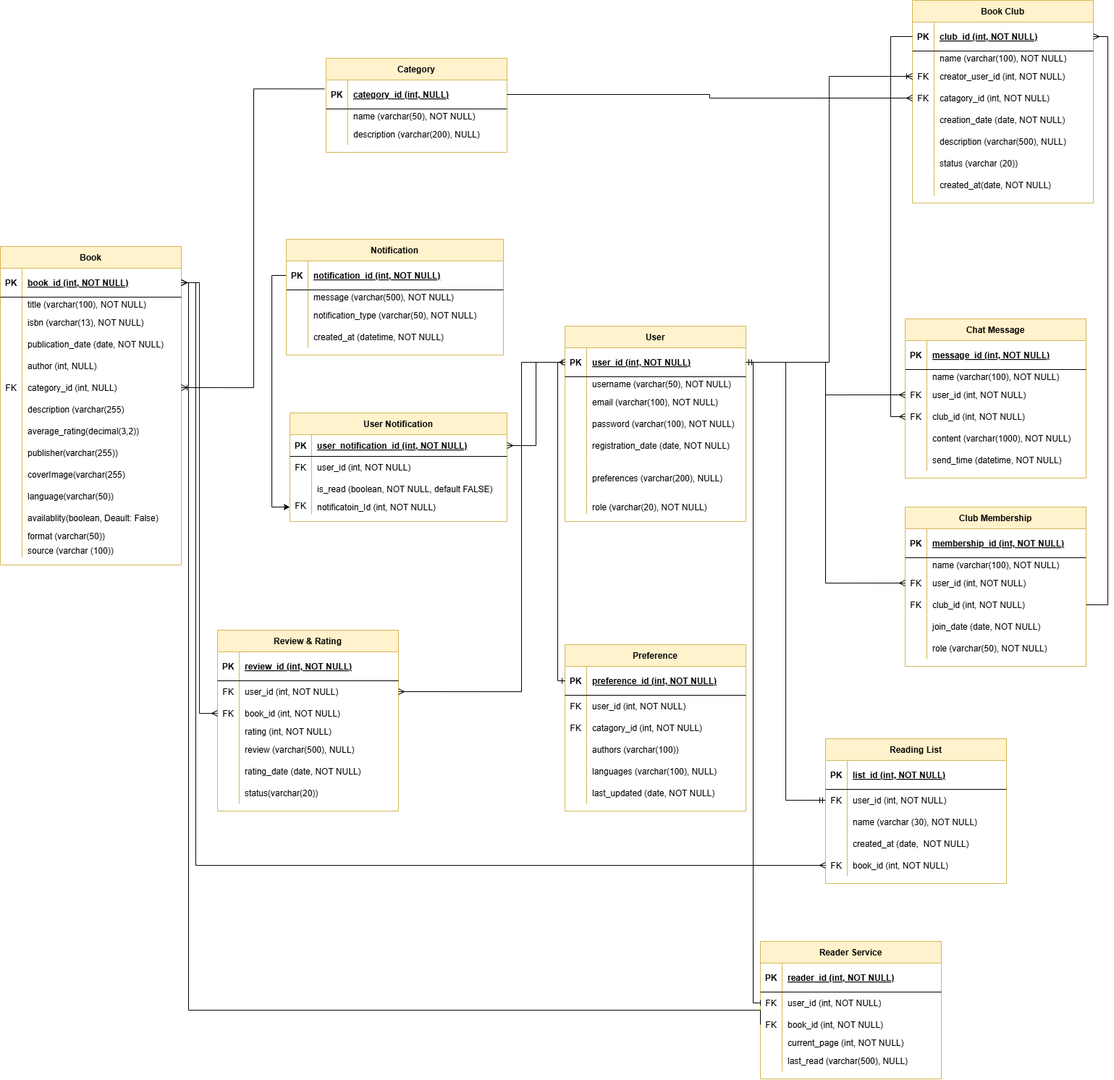
Above: New folder/Untitled Diagram.drawio.png in Kkgenkai/Draw.io (draw.io), before the change. Source tidied: cells renumbered, new cells last; positions are measured from the earlier drawing's top-left corner, leaving out a move shared by most shapes.
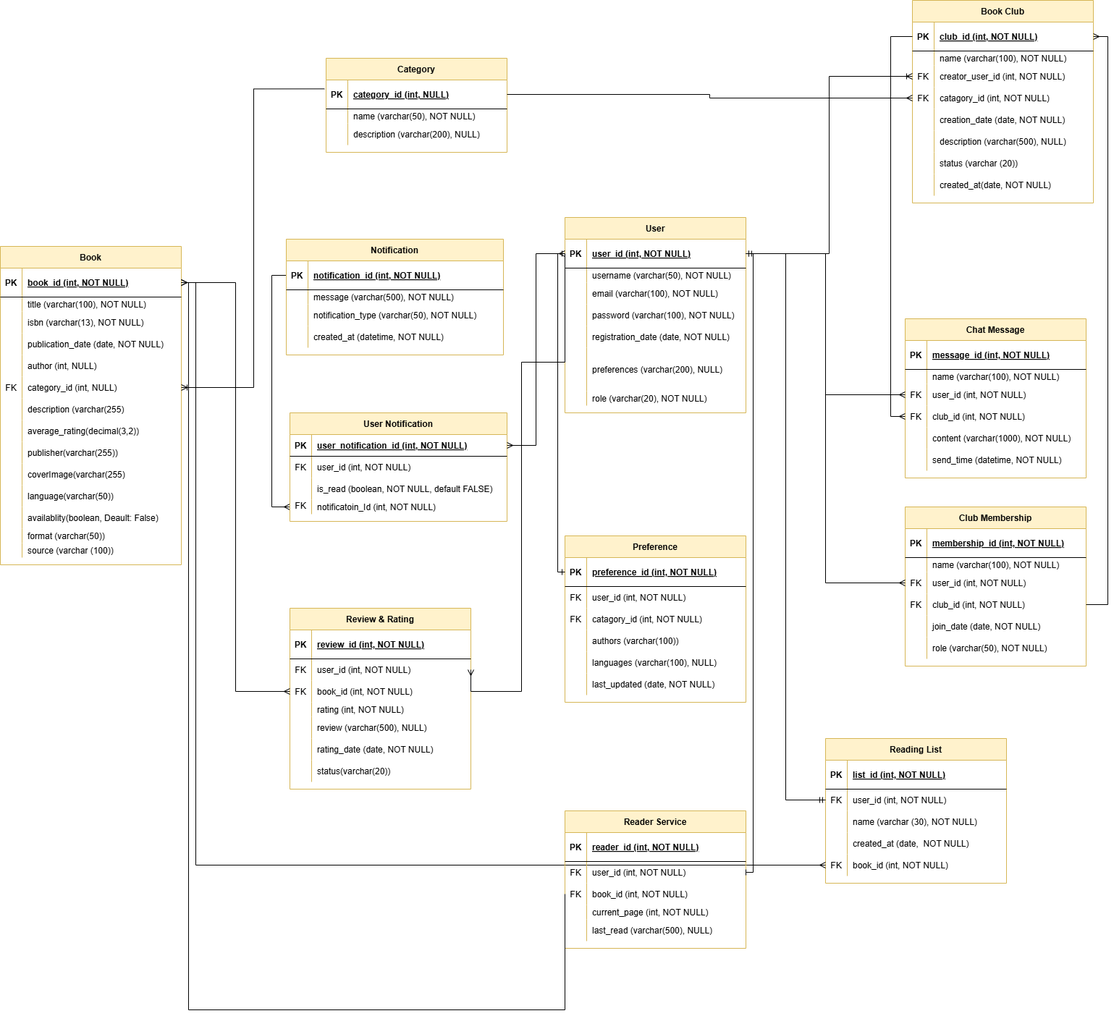
The same file after the commit.

What changed in the source:
```diff
@@ -3,7 +3,7 @@
     <mxCell id="0" />
     <mxCell id="1" parent="0" />
     <mxCell id="2" value="User" style="shape=table;startSize=30;rowLines=0;fontStyle=1;align=center;fillColor=#fff2cc;strokeColor=#d6b656;" parent="1" vertex="1">
-      <mxGeometry x="780" y="450" width="250" height="270" as="geometry" />
+      <mxGeometry x="780" y="300" width="250" height="270" as="geometry" />
     </mxCell>
     <mxCell id="3" style="shape=partialRectangle;fillColor=none;points=[[0,0.5],[1,0.5]];portConstraint=eastwest;top=0;left=0;right=0;bottom=1;" parent="2" vertex="1">
       <mxGeometry y="30" width="250" height="40" as="geometry" />
@@ -228,7 +228,7 @@
       <mxGeometry x="30" width="220" height="30" as="geometry" />
     </mxCell>
     <mxCell id="77" value="Review &amp; Rating" style="shape=table;startSize=30;rowLines=0;fontStyle=1;align=center;fillColor=#fff2cc;strokeColor=#d6b656;" parent="1" vertex="1">
-      <mxGeometry x="300" y="870" width="250" height="250" as="geometry" />
+      <mxGeometry x="400" y="840" width="250" height="250" as="geometry" />
     </mxCell>
     <mxCell id="78" style="shape=partialRectangle;fillColor=none;top=0;left=0;right=0;bottom=1;" parent="77" vertex="1">
       <mxGeometry y="30" width="250" height="40" as="geometry" />
@@ -496,7 +496,7 @@
     <mxCell id="164" value="send_time (datetime, NOT NULL)" style="shape=partialRectangle;overflow=hidden;fillColor=none;top=0;left=0;bottom=0;right=0;align=left;spacingLeft=6;" parent="162" vertex="1">
       <mxGeometry x="30" width="220" height="30" as="geometry" />
     </mxCell>
-    <mxCell id="165" style="edgeStyle=orthogonalEdgeStyle;rounded=0;jettySize=auto;html=1;entryX=0;entryY=0.5;entryDx=0;entryDy=0;exitX=0;exitY=0.5;exitDx=0;exitDy=0;" parent="1" edge="1" source="167" target="233">
+    <mxCell id="165" style="edgeStyle=orthogonalEdgeStyle;rounded=0;jettySize=auto;html=1;entryX=0;entryY=0.5;entryDx=0;entryDy=0;exitX=0;exitY=0.5;exitDx=0;exitDy=0;endArrow=ERmany;endFill=0;" parent="1" edge="1" source="167" target="233">
       <mxGeometry relative="1" as="geometry" />
     </mxCell>
     <mxCell id="166" value="Notification" style="shape=table;startSize=30;rowLines=0;fontStyle=1;align=center;fillColor=#fff2cc;strokeColor=#d6b656;" parent="1" vertex="1">
@@ -605,7 +605,7 @@
       <mxGeometry x="30" width="220" height="30" as="geometry" />
     </mxCell>
     <mxCell id="201" value="Preference" style="shape=table;startSize=30;rowLines=0;fontStyle=1;align=center;fillColor=#fff2cc;strokeColor=#d6b656;" parent="1" vertex="1">
-      <mxGeometry x="780" y="890" width="250" height="230" as="geometry" />
+      <mxGeometry x="780" y="740" width="250" height="230" as="geometry" />
     </mxCell>
     <mxCell id="202" style="shape=partialRectangle;fillColor=none;points=[[0,0.5],[1,0.5]];portConstraint=eastwest;top=0;left=0;right=0;bottom=1;" parent="201" vertex="1">
       <mxGeometry y="30" width="250" height="40" as="geometry" />
@@ -715,7 +715,7 @@
       <mxGeometry x="30" width="270" height="20" as="geometry" />
     </mxCell>
     <mxCell id="236" value="Reader Service" style="shape=table;startSize=30;rowLines=0;fontStyle=1;align=center;fillColor=#fff2cc;strokeColor=#d6b656;" parent="1" vertex="1">
-      <mxGeometry x="1050" y="1300" width="250" height="190" as="geometry" />
+      <mxGeometry x="780" y="1120" width="250" height="190" as="geometry" />
     </mxCell>
     <mxCell id="237" style="shape=partialRectangle;fillColor=none;top=0;left=0;right=0;bottom=1;" parent="236" vertex="1">
       <mxGeometry y="30" width="250" height="40" as="geometry" />
@@ -770,8 +770,13 @@
         </Array>
       </mxGeometry>
     </mxCell>
-    <mxCell id="253" style="fontSize=12;html=1;endArrow=ERone;rounded=0;exitX=0;exitY=0.5;exitDx=0;exitDy=0;entryX=1;entryY=0.5;entryDx=0;entryDy=0;edgeStyle=orthogonalEdgeStyle;endFill=0;startArrow=baseDash;startFill=0;" parent="1" edge="1" source="240" target="3">
-      <mxGeometry relative="1" as="geometry" />
+    <mxCell id="253" style="fontSize=12;html=1;endArrow=ERone;rounded=0;entryX=1;entryY=0.5;entryDx=0;entryDy=0;edgeStyle=orthogonalEdgeStyle;endFill=0;startArrow=baseDash;startFill=0;exitX=1;exitY=0.5;exitDx=0;exitDy=0;" parent="1" edge="1" source="240" target="3">
+      <mxGeometry relative="1" as="geometry">
+        <Array as="points">
+          <mxPoint x="1040" y="1205" />
+          <mxPoint x="1040" y="350" />
+        </Array>
+      </mxGeometry>
     </mxCell>
     <mxCell id="254" style="edgeStyle=orthogonalEdgeStyle;fontSize=12;html=1;endArrow=ERmany;endFill=0;rounded=0;exitX=0;exitY=0.5;exitDx=0;exitDy=0;entryX=1;entryY=0.5;entryDx=0;entryDy=0;startArrow=ERmany;startFill=0;" parent="1" edge="1" source="3" target="224">
       <mxGeometry relative="1" as="geometry" />
```
